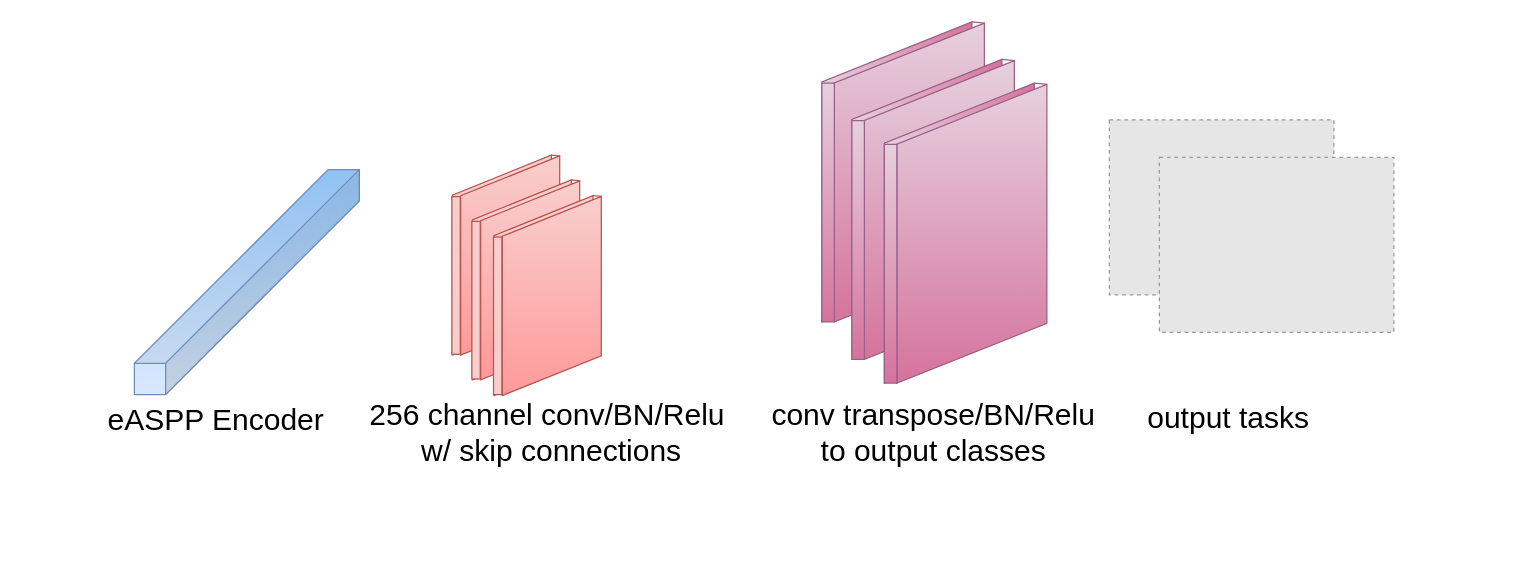
Above: network_legend.drawio in StevenHickson/Helpful_Scripts (draw.io), before the change. Source tidied: cells renumbered, new cells numbered last; positions are measured from the earlier drawing's top-left corner, leaving out a move shared by most shapes. Both pictures are drawn from the tidied source at 125%, with x=0, y=0 at pixel (96, 21). Pictures stored in the file or linked from it are replaced by grey dashed boxes.
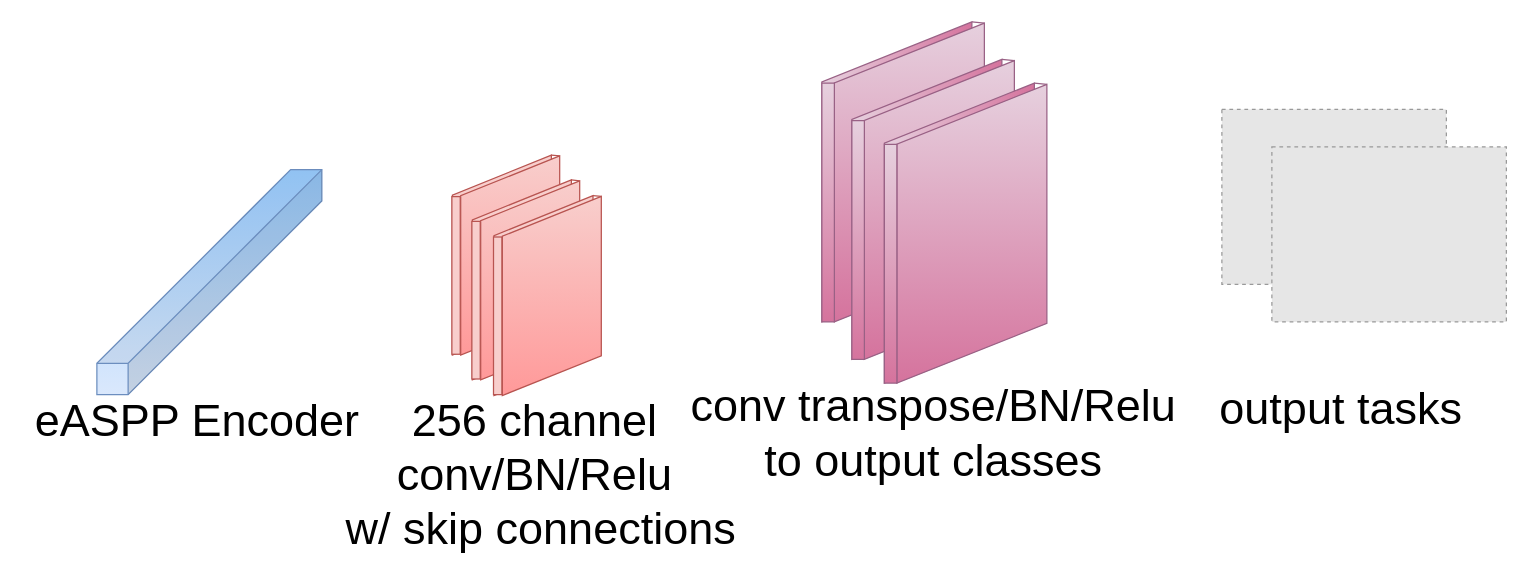
The same page after the edit.

What changed in the source:
```diff
@@
     <mxCell id="2" style="shape=cube;whiteSpace=wrap;html=1;boundedLbl=1;backgroundOutline=1;darkOpacity=0.05;darkOpacity2=0.1;size=155;direction=east;fillColor=#dae8fc;strokeColor=#6c8ebf;gradientColor=#99CCFF;gradientDirection=north;shadow=0;flipV=0;flipH=1;" parent="1" vertex="1">
-      <mxGeometry x="30" y="118.2" width="180" height="180" as="geometry" />
+      <mxGeometry y="118.2" width="180" height="180" as="geometry" />
     </mxCell>
@@
     <mxCell id="19" style="fillColor=#E6E6E6;strokeColor=#999999;dashed=1;verticalLabelPosition=bottom;verticalAlign=top;" parent="1" vertex="1">
-      <mxGeometry x="810" y="78.3" width="179.6" height="140" as="geometry" />
+      <mxGeometry x="900" y="70" width="179.6" height="140" as="geometry" />
     </mxCell>
     <mxCell id="20" style="fillColor=#E6E6E6;strokeColor=#999999;dashed=1;verticalLabelPosition=bottom;verticalAlign=top;" parent="1" vertex="1">
-      <mxGeometry x="850" y="108.3" width="187.6" height="140" as="geometry" />
+      <mxGeometry x="940" y="100" width="187.6" height="140" as="geometry" />
     </mxCell>
@@
-    <mxCell id="38" value="&lt;font style=&quot;font-size: 24px&quot;&gt;eASPP Encoder&lt;/font&gt;" style="text;html=1;align=center;verticalAlign=middle;fillColor=none;strokeColor=none;rounded=0;" parent="1" vertex="1">
-      <mxGeometry y="309" width="190" height="20" as="geometry" />
+    <mxCell id="38" value="&lt;font style=&quot;font-size: 36px&quot;&gt;eASPP Encoder&lt;/font&gt;" style="text;html=1;align=center;verticalAlign=middle;fillColor=none;strokeColor=none;rounded=0;" parent="1" vertex="1">
+      <mxGeometry x="-60" y="304" width="280" height="30" as="geometry" />
     </mxCell>
-    <mxCell id="39" value="&lt;font style=&quot;font-size: 24px&quot;&gt;256 channel conv/BN/Relu&lt;br&gt;&amp;nbsp;w/ skip connections&lt;/font&gt;" style="text;html=1;align=center;verticalAlign=middle;fillColor=none;strokeColor=none;rounded=0;" parent="1" vertex="1">
-      <mxGeometry x="210" y="309" width="300" height="40" as="geometry" />
+    <mxCell id="39" value="&lt;font style=&quot;font-size: 36px&quot;&gt;256 channel &lt;br&gt;conv/BN/Relu&lt;br&gt;&amp;nbsp;w/ skip connections&lt;/font&gt;" style="text;html=1;align=center;verticalAlign=middle;fillColor=none;strokeColor=none;rounded=0;" parent="1" vertex="1">
+      <mxGeometry x="180" y="327.3" width="340" height="70" as="geometry" />
     </mxCell>
-    <mxCell id="40" value="&lt;font style=&quot;font-size: 24px&quot;&gt;conv transpose/BN/Relu&lt;br&gt;to output classes&lt;br&gt;&lt;/font&gt;" style="text;html=1;align=center;verticalAlign=middle;fillColor=none;strokeColor=none;rounded=0;" parent="1" vertex="1">
-      <mxGeometry x="534" y="309" width="270" height="40" as="geometry" />
+    <mxCell id="40" value="&lt;font&gt;&lt;font style=&quot;font-size: 36px&quot;&gt;conv transpose/BN/Relu&lt;br&gt;to output classes&lt;/font&gt;&lt;br&gt;&lt;/font&gt;" style="text;html=1;align=center;verticalAlign=middle;fillColor=none;strokeColor=none;rounded=0;" parent="1" vertex="1">
+      <mxGeometry x="469" y="304" width="400" height="50" as="geometry" />
     </mxCell>
-    <mxCell id="41" value="&lt;font style=&quot;font-size: 24px&quot;&gt;output tasks&lt;/font&gt;" style="text;html=1;align=center;verticalAlign=middle;fillColor=none;strokeColor=none;rounded=0;" parent="1" vertex="1">
-      <mxGeometry x="835" y="307.3" width="140" height="20" as="geometry" />
+    <mxCell id="41" value="&lt;font style=&quot;font-size: 36px&quot;&gt;output tasks&lt;/font&gt;" style="text;html=1;align=center;verticalAlign=middle;fillColor=none;strokeColor=none;rounded=0;" parent="1" vertex="1">
+      <mxGeometry x="890" y="294" width="210" height="30" as="geometry" />
     </mxCell>
```
